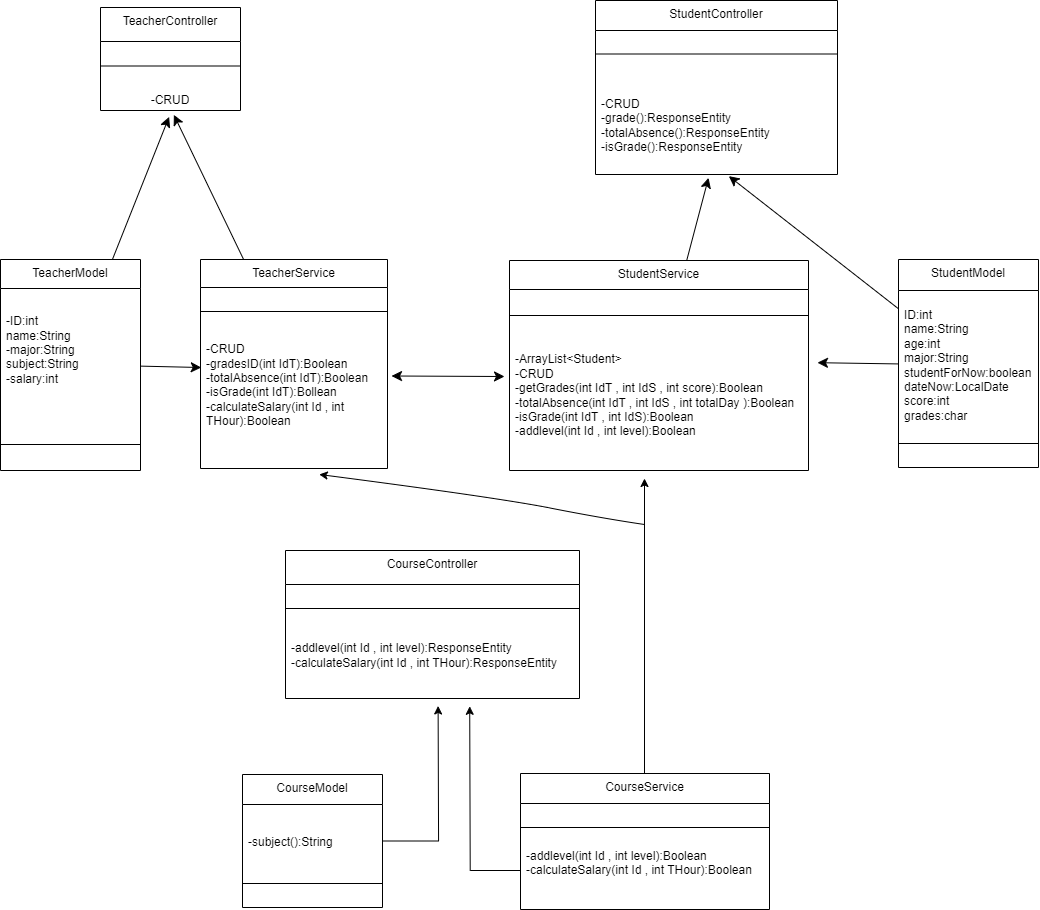
Above: UML.png in Ghadamsm/lab7 (draw.io), before the change. Source tidied: cells renumbered, new cells last; positions are measured from the earlier drawing's top-left corner, leaving out a move shared by most shapes.
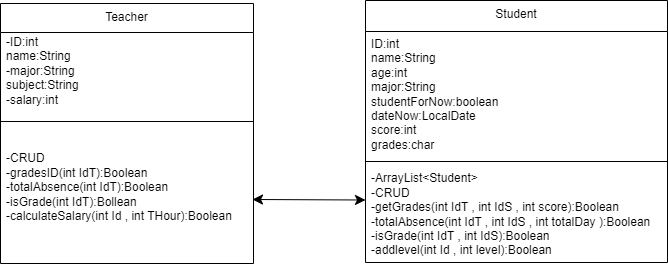
Above is the later version.

Change to the diagram source:
```diff
@@ -2,158 +2,35 @@
   <root>
     <mxCell id="0" />
     <mxCell id="1" parent="0" />
-    <mxCell id="2" value="StudentModel" style="swimlane;fontStyle=0;align=center;verticalAlign=top;horizontal=1;startSize=31;html=1;whiteSpace=wrap;" parent="1" vertex="1">
-      <mxGeometry x="898" y="259" width="140" height="208" as="geometry" />
+    <mxCell id="2" value="Student" style="swimlane;fontStyle=0;align=center;verticalAlign=top;horizontal=1;startSize=31;html=1;whiteSpace=wrap;" parent="1" vertex="1">
+      <mxGeometry x="374" y="145" width="302" height="262" as="geometry" />
     </mxCell>
     <mxCell id="3" value="ID:int&lt;div&gt;name:String&lt;/div&gt;&lt;div&gt;age:int&lt;/div&gt;&lt;div&gt;major:String&lt;/div&gt;&lt;div&gt;studentForNow:boolean&lt;/div&gt;&lt;div&gt;dateNow:LocalDate&lt;/div&gt;&lt;div&gt;score:int&lt;/div&gt;&lt;div&gt;grades:char&lt;/div&gt;" style="text;html=1;strokeColor=none;fillColor=none;align=left;verticalAlign=middle;spacingLeft=4;spacingRight=4;overflow=hidden;points=[[0,0.5],[1,0.5]];portConstraint=eastwest;whiteSpace=wrap;" parent="2" vertex="1">
-      <mxGeometry y="31" width="140" height="149" as="geometry" />
+      <mxGeometry y="31" width="302" height="126" as="geometry" />
     </mxCell>
     <mxCell id="4" style="line;strokeWidth=1;fillColor=none;align=left;verticalAlign=middle;spacingTop=-1;spacingLeft=3;spacingRight=3;labelPosition=right;" parent="2" vertex="1">
-      <mxGeometry y="180" width="140" height="8" as="geometry" />
+      <mxGeometry y="157" width="302" height="8" as="geometry" />
     </mxCell>
-    <mxCell id="5" value="&lt;div&gt;&lt;br&gt;&lt;/div&gt;" style="text;html=1;strokeColor=none;fillColor=none;align=left;verticalAlign=middle;spacingLeft=4;spacingRight=4;overflow=hidden;whiteSpace=wrap;" parent="2" vertex="1">
-      <mxGeometry y="188" width="140" height="20" as="geometry" />
+    <mxCell id="5" value="&lt;div&gt;-ArrayList&amp;lt;Student&amp;gt;&lt;/div&gt;-CRUD&lt;div&gt;-getGrades(int IdT , int IdS , int score):Boolean&lt;/div&gt;&lt;div&gt;-totalAbsence(int IdT , int IdS , int totalDay ):Boolean&lt;/div&gt;&lt;div&gt;-isGrade(int IdT , int IdS):Boolean&lt;/div&gt;&lt;div&gt;-addlevel(int Id , int level):Boolean&lt;/div&gt;" style="text;html=1;strokeColor=none;fillColor=none;align=left;verticalAlign=middle;spacingLeft=4;spacingRight=4;overflow=hidden;whiteSpace=wrap;" parent="2" vertex="1">
+      <mxGeometry y="165" width="302" height="97" as="geometry" />
     </mxCell>
-    <mxCell id="6" value="StudentService" style="swimlane;fontStyle=0;align=center;verticalAlign=top;horizontal=1;startSize=29;html=1;whiteSpace=wrap;" parent="1" vertex="1">
-      <mxGeometry x="509" y="260" width="299" height="210" as="geometry" />
-    </mxCell>
-    <mxCell id="7" value="&lt;div&gt;&lt;br&gt;&lt;/div&gt;&lt;div&gt;&lt;br&gt;&lt;/div&gt;" style="text;html=1;strokeColor=none;fillColor=none;align=left;verticalAlign=middle;spacingLeft=4;spacingRight=4;overflow=hidden;whiteSpace=wrap;" parent="6" vertex="1">
-      <mxGeometry y="29" width="299" height="22" as="geometry" />
-    </mxCell>
-    <mxCell id="8" style="line;strokeWidth=1;fillColor=none;align=left;verticalAlign=middle;spacingTop=-1;spacingLeft=3;spacingRight=3;labelPosition=right;" parent="6" vertex="1">
-      <mxGeometry y="51" width="299" height="8" as="geometry" />
-    </mxCell>
-    <mxCell id="9" value="&lt;div&gt;-ArrayList&amp;lt;Student&amp;gt;&lt;/div&gt;-CRUD&lt;div&gt;-getGrades(int IdT , int IdS , int score):Boolean&lt;/div&gt;&lt;div&gt;-totalAbsence(int IdT , int IdS , int totalDay ):Boolean&lt;/div&gt;&lt;div&gt;-isGrade(int IdT , int IdS):Boolean&lt;/div&gt;&lt;div&gt;-addlevel(int Id , int level):Boolean&lt;/div&gt;" style="text;html=1;strokeColor=none;fillColor=none;align=left;verticalAlign=middle;spacingLeft=4;spacingRight=4;overflow=hidden;points=[[0,0.5],[1,0.5]];portConstraint=eastwest;whiteSpace=wrap;" parent="6" vertex="1">
-      <mxGeometry y="59" width="299" height="151" as="geometry" />
-    </mxCell>
-    <mxCell id="10" value="StudentController" style="swimlane;fontStyle=0;align=center;verticalAlign=top;horizontal=1;startSize=30;html=1;whiteSpace=wrap;" parent="1" vertex="1">
-      <mxGeometry x="595" width="242" height="174" as="geometry" />
-    </mxCell>
-    <mxCell id="11" style="line;strokeWidth=1;fillColor=none;align=left;verticalAlign=middle;spacingTop=-1;spacingLeft=3;spacingRight=3;labelPosition=right;" parent="10" vertex="1">
-      <mxGeometry y="30" width="242" height="47" as="geometry" />
-    </mxCell>
-    <mxCell id="12" value="-CRUD&lt;div&gt;-grade():ResponseEntity&lt;/div&gt;&lt;div&gt;-totalAbsence&lt;span style=&quot;background-color: initial;&quot;&gt;():ResponseEntity&lt;/span&gt;&lt;/div&gt;&lt;div&gt;&lt;span style=&quot;background-color: initial;&quot;&gt;-isGrade&lt;/span&gt;&lt;span style=&quot;background-color: initial;&quot;&gt;():ResponseEntity&lt;/span&gt;&lt;/div&gt;" style="text;html=1;strokeColor=none;fillColor=none;align=left;verticalAlign=middle;spacingLeft=4;spacingRight=4;overflow=hidden;points=[[0,0.5],[1,0.5]];portConstraint=eastwest;whiteSpace=wrap;" parent="10" vertex="1">
-      <mxGeometry y="77" width="242" height="97" as="geometry" />
-    </mxCell>
-    <mxCell id="13" style="edgeStyle=none;curved=1;rounded=0;jettySize=auto;html=1;entryX=0.551;entryY=1.017;entryDx=0;entryDy=0;entryPerimeter=0;fontSize=12;startSize=8;endSize=8;" parent="1" edge="1" source="2" target="12">
-      <mxGeometry relative="1" as="geometry" />
-    </mxCell>
-    <mxCell id="14" style="edgeStyle=none;curved=1;rounded=0;jettySize=auto;html=1;entryX=0.467;entryY=1.034;entryDx=0;entryDy=0;entryPerimeter=0;fontSize=12;startSize=8;endSize=8;" parent="1" edge="1" source="6" target="12">
-      <mxGeometry relative="1" as="geometry" />
-    </mxCell>
-    <mxCell id="15" value="TeacherController" style="swimlane;fontStyle=0;align=center;verticalAlign=top;horizontal=1;startSize=34;html=1;whiteSpace=wrap;" parent="1" vertex="1">
-      <mxGeometry x="100" y="7" width="140" height="103" as="geometry" />
-    </mxCell>
-    <mxCell id="16" style="line;strokeWidth=1;fillColor=none;align=left;verticalAlign=middle;spacingTop=-1;spacingLeft=3;spacingRight=3;labelPosition=right;" parent="15" vertex="1">
-      <mxGeometry y="34" width="140" height="49" as="geometry" />
-    </mxCell>
-    <mxCell id="17" value="-CRUD" style="text;html=1;strokeColor=none;fillColor=none;align=center;verticalAlign=middle;spacingLeft=4;spacingRight=4;overflow=hidden;points=[[0,0.5],[1,0.5]];portConstraint=eastwest;whiteSpace=wrap;" parent="15" vertex="1">
-      <mxGeometry y="83" width="140" height="20" as="geometry" />
-    </mxCell>
-    <mxCell id="18" value="TeacherService" style="swimlane;fontStyle=0;align=center;verticalAlign=top;horizontal=1;startSize=28;html=1;whiteSpace=wrap;" parent="1" vertex="1">
-      <mxGeometry x="200" y="259" width="187" height="209" as="geometry" />
-    </mxCell>
-    <mxCell id="19" value="&amp;nbsp;" style="text;html=1;strokeColor=none;fillColor=none;align=left;verticalAlign=middle;spacingLeft=4;spacingRight=4;overflow=hidden;whiteSpace=wrap;" parent="18" vertex="1">
-      <mxGeometry y="28" width="187" height="20" as="geometry" />
-    </mxCell>
-    <mxCell id="20" style="line;strokeWidth=1;fillColor=none;align=left;verticalAlign=middle;spacingTop=-1;spacingLeft=3;spacingRight=3;labelPosition=right;" parent="18" vertex="1">
-      <mxGeometry y="48" width="187" height="8" as="geometry" />
-    </mxCell>
-    <mxCell id="21" value="-CRUD&lt;div&gt;-gradesID(int IdT):Boolean&lt;/div&gt;&lt;div&gt;-totalAbsence(int IdT):Boolean&lt;/div&gt;&lt;div&gt;-isGrade(int IdT):Bollean&lt;/div&gt;&lt;div&gt;-calculateSalary(int Id , int THour):Boolean&lt;/div&gt;&lt;div&gt;&lt;br&gt;&lt;/div&gt;" style="text;html=1;strokeColor=none;fillColor=none;align=left;verticalAlign=middle;spacingLeft=4;spacingRight=4;overflow=hidden;points=[[0,0.5],[1,0.5]];portConstraint=eastwest;whiteSpace=wrap;" parent="18" vertex="1">
-      <mxGeometry y="56" width="187" height="153" as="geometry" />
-    </mxCell>
-    <mxCell id="22" value="TeacherModel" style="swimlane;fontStyle=0;align=center;verticalAlign=top;horizontal=1;startSize=29;html=1;whiteSpace=wrap;" parent="1" vertex="1">
-      <mxGeometry y="259" width="140" height="211" as="geometry" />
+    <mxCell id="22" value="Teacher" style="swimlane;fontStyle=0;align=center;verticalAlign=top;horizontal=1;startSize=29;html=1;whiteSpace=wrap;" parent="1" vertex="1">
+      <mxGeometry x="9" y="148" width="253" height="260" as="geometry" />
     </mxCell>
     <mxCell id="23" value="-ID:int&lt;div&gt;name:String&lt;/div&gt;&lt;div&gt;-major:String&lt;/div&gt;&lt;div&gt;subject:String&lt;/div&gt;&lt;div&gt;-salary:int&lt;/div&gt;&lt;div&gt;&lt;br&gt;&lt;/div&gt;&lt;div&gt;&lt;br&gt;&lt;/div&gt;" style="text;html=1;strokeColor=none;fillColor=none;align=left;verticalAlign=middle;spacingLeft=4;spacingRight=4;overflow=hidden;points=[[0,0.5],[1,0.5]];portConstraint=eastwest;whiteSpace=wrap;" parent="22" vertex="1">
-      <mxGeometry y="29" width="140" height="152" as="geometry" />
+      <mxGeometry y="29" width="253" height="85" as="geometry" />
     </mxCell>
     <mxCell id="24" style="line;strokeWidth=1;fillColor=none;align=left;verticalAlign=middle;spacingTop=-1;spacingLeft=3;spacingRight=3;labelPosition=right;" parent="22" vertex="1">
-      <mxGeometry y="181" width="140" height="8" as="geometry" />
+      <mxGeometry y="114" width="253" height="8" as="geometry" />
     </mxCell>
-    <mxCell id="25" value="&amp;nbsp;&amp;nbsp;" style="text;html=1;strokeColor=none;fillColor=none;align=left;verticalAlign=middle;spacingLeft=4;spacingRight=4;overflow=hidden;whiteSpace=wrap;" parent="22" vertex="1">
-      <mxGeometry y="189" width="140" height="22" as="geometry" />
+    <mxCell id="25" value="-CRUD&lt;div&gt;-gradesID(int IdT):Boolean&lt;/div&gt;&lt;div&gt;-totalAbsence(int IdT):Boolean&lt;/div&gt;&lt;div&gt;-isGrade(int IdT):Bollean&lt;/div&gt;&lt;div&gt;-calculateSalary(int Id , int THour):Boolean&lt;/div&gt;&lt;div&gt;&lt;br&gt;&lt;/div&gt;" style="text;html=1;strokeColor=none;fillColor=none;align=left;verticalAlign=middle;spacingLeft=4;spacingRight=4;overflow=hidden;whiteSpace=wrap;" parent="22" vertex="1">
+      <mxGeometry y="122" width="253" height="138" as="geometry" />
     </mxCell>
     <mxCell id="26" style="endArrow=classic;startArrow=classic;html=1;rounded=0;fontSize=12;startSize=8;endSize=8;curved=1;" parent="1" edge="1">
       <mxGeometry relative="1" as="geometry">
-        <mxPoint x="391" y="375.5" as="sourcePoint" />
-        <mxPoint x="504" y="376" as="targetPoint" />
+        <mxPoint x="261" y="344" as="sourcePoint" />
+        <mxPoint x="374" y="344.5" as="targetPoint" />
       </mxGeometry>
     </mxCell>
-    <mxCell id="27" style="edgeStyle=none;curved=1;rounded=0;jettySize=auto;html=1;fontSize=12;startSize=8;endSize=8;entryX=1.03;entryY=0.286;entryDx=0;entryDy=0;entryPerimeter=0;" parent="1" edge="1" source="3" target="9">
-      <mxGeometry relative="1" as="geometry" />
-    </mxCell>
-    <mxCell id="28" style="edgeStyle=none;curved=1;rounded=0;jettySize=auto;html=1;entryX=0.004;entryY=0.34;entryDx=0;entryDy=0;entryPerimeter=0;fontSize=12;startSize=8;endSize=8;" parent="1" edge="1" source="23" target="21">
-      <mxGeometry relative="1" as="geometry" />
-    </mxCell>
-    <mxCell id="29" style="edgeStyle=none;curved=1;rounded=0;jettySize=auto;html=1;entryX=0.524;entryY=1.217;entryDx=0;entryDy=0;entryPerimeter=0;fontSize=12;startSize=8;endSize=8;" parent="1" edge="1" source="18" target="17">
-      <mxGeometry relative="1" as="geometry" />
-    </mxCell>
-    <mxCell id="30" style="edgeStyle=none;curved=1;rounded=0;jettySize=auto;html=1;entryX=0.49;entryY=1.317;entryDx=0;entryDy=0;entryPerimeter=0;fontSize=12;startSize=8;endSize=8;" parent="1" edge="1" source="22" target="17">
-      <mxGeometry relative="1" as="geometry" />
-    </mxCell>
-    <mxCell id="31" style="edgeStyle=orthogonalEdgeStyle;rounded=0;jettySize=auto;html=1;" parent="1" edge="1" source="32">
-      <mxGeometry relative="1" as="geometry">
-        <mxPoint x="644" y="478" as="targetPoint" />
-        <Array as="points">
-          <mxPoint x="644" y="483" />
-        </Array>
-      </mxGeometry>
-    </mxCell>
-    <mxCell id="32" value="CourseService" style="swimlane;fontStyle=0;align=center;verticalAlign=top;horizontal=1;startSize=30;html=1;whiteSpace=wrap;" parent="1" vertex="1">
-      <mxGeometry x="520" y="773" width="249" height="136" as="geometry" />
-    </mxCell>
-    <mxCell id="33" value="&amp;nbsp; &amp;nbsp;" style="text;html=1;strokeColor=none;fillColor=none;align=left;verticalAlign=middle;spacingLeft=4;spacingRight=4;overflow=hidden;whiteSpace=wrap;" parent="32" vertex="1">
-      <mxGeometry y="30" width="249" height="20" as="geometry" />
-    </mxCell>
-    <mxCell id="34" style="line;strokeWidth=1;fillColor=none;align=left;verticalAlign=middle;spacingTop=-1;spacingLeft=3;spacingRight=3;labelPosition=right;" parent="32" vertex="1">
-      <mxGeometry y="50" width="249" height="8" as="geometry" />
-    </mxCell>
-    <mxCell id="35" style="edgeStyle=orthogonalEdgeStyle;rounded=0;jettySize=auto;html=1;" parent="32" edge="1" source="36">
-      <mxGeometry relative="1" as="geometry">
-        <mxPoint x="-50.8" y="-67.2" as="targetPoint" />
-      </mxGeometry>
-    </mxCell>
-    <mxCell id="36" value="&lt;div&gt;-addlevel(int Id , int level):Boolean&lt;/div&gt;&lt;div&gt;&lt;span style=&quot;background-color: initial;&quot;&gt;-calculateSalary(int Id , int THour):Boolean&lt;/span&gt;&lt;br&gt;&lt;/div&gt;&lt;div&gt;&lt;br&gt;&lt;/div&gt;" style="text;html=1;strokeColor=none;fillColor=none;align=left;verticalAlign=middle;spacingLeft=4;spacingRight=4;overflow=hidden;points=[[0,0.5],[1,0.5]];portConstraint=eastwest;whiteSpace=wrap;" parent="32" vertex="1">
-      <mxGeometry y="58" width="249" height="78" as="geometry" />
-    </mxCell>
-    <mxCell id="37" value="CourseController" style="swimlane;fontStyle=0;align=center;verticalAlign=top;horizontal=1;startSize=34;html=1;whiteSpace=wrap;" parent="1" vertex="1">
-      <mxGeometry x="285" y="550" width="294" height="148" as="geometry" />
-    </mxCell>
-    <mxCell id="38" value="&amp;nbsp;&amp;nbsp;" style="text;html=1;strokeColor=none;fillColor=none;align=left;verticalAlign=middle;spacingLeft=4;spacingRight=4;overflow=hidden;whiteSpace=wrap;" parent="37" vertex="1">
-      <mxGeometry y="34" width="294" height="20" as="geometry" />
-    </mxCell>
-    <mxCell id="39" style="line;strokeWidth=1;fillColor=none;align=left;verticalAlign=middle;spacingTop=-1;spacingLeft=3;spacingRight=3;labelPosition=right;" parent="37" vertex="1">
-      <mxGeometry y="54" width="294" height="8" as="geometry" />
-    </mxCell>
-    <mxCell id="40" value="&lt;div&gt;&lt;span style=&quot;background-color: initial;&quot;&gt;-addlevel(int Id , int level):ResponseEntity&lt;/span&gt;&lt;br&gt;&lt;/div&gt;&lt;div&gt;-calculateSalary(int Id , int THour):&lt;span style=&quot;background-color: initial;&quot;&gt;ResponseEntity&lt;/span&gt;&lt;/div&gt;" style="text;html=1;strokeColor=none;fillColor=none;align=left;verticalAlign=middle;spacingLeft=4;spacingRight=4;overflow=hidden;whiteSpace=wrap;" parent="37" vertex="1">
-      <mxGeometry y="62" width="294" height="86" as="geometry" />
-    </mxCell>
-    <mxCell id="41" style="curved=1;endArrow=classic;html=1;rounded=0;entryX=0.635;entryY=1.039;entryDx=0;entryDy=0;entryPerimeter=0;" parent="1" edge="1" target="21">
-      <mxGeometry relative="1" as="geometry">
-        <mxPoint x="644" y="524" as="sourcePoint" />
-        <Array as="points">
-          <mxPoint x="603" y="518" />
-          <mxPoint x="496" y="497" />
-        </Array>
-      </mxGeometry>
-    </mxCell>
-    <mxCell id="42" style="edgeStyle=orthogonalEdgeStyle;rounded=0;jettySize=auto;html=1;" parent="1" edge="1" source="43">
-      <mxGeometry relative="1" as="geometry">
-        <mxPoint x="437.6" y="705.5" as="targetPoint" />
-      </mxGeometry>
-    </mxCell>
-    <mxCell id="43" value="CourseModel" style="swimlane;fontStyle=0;align=center;verticalAlign=top;horizontal=1;startSize=30;html=1;whiteSpace=wrap;" parent="1" vertex="1">
-      <mxGeometry x="242" y="774" width="140" height="133" as="geometry" />
-    </mxCell>
-    <mxCell id="44" value="-subject():String" style="text;html=1;strokeColor=none;fillColor=none;align=left;verticalAlign=middle;spacingLeft=4;spacingRight=4;overflow=hidden;whiteSpace=wrap;" parent="43" vertex="1">
-      <mxGeometry y="30" width="140" height="75" as="geometry" />
-    </mxCell>
-    <mxCell id="45" style="line;strokeWidth=1;fillColor=none;align=left;verticalAlign=middle;spacingTop=-1;spacingLeft=3;spacingRight=3;labelPosition=right;" parent="43" vertex="1">
-      <mxGeometry y="105" width="140" height="8" as="geometry" />
-    </mxCell>
-    <mxCell id="46" value="&amp;nbsp;&amp;nbsp;" style="text;html=1;strokeColor=none;fillColor=none;align=left;verticalAlign=middle;spacingLeft=4;spacingRight=4;overflow=hidden;whiteSpace=wrap;" parent="43" vertex="1">
-      <mxGeometry y="113" width="140" height="20" as="geometry" />
-    </mxCell>
   </root>
 </mxGraphModel>
```
